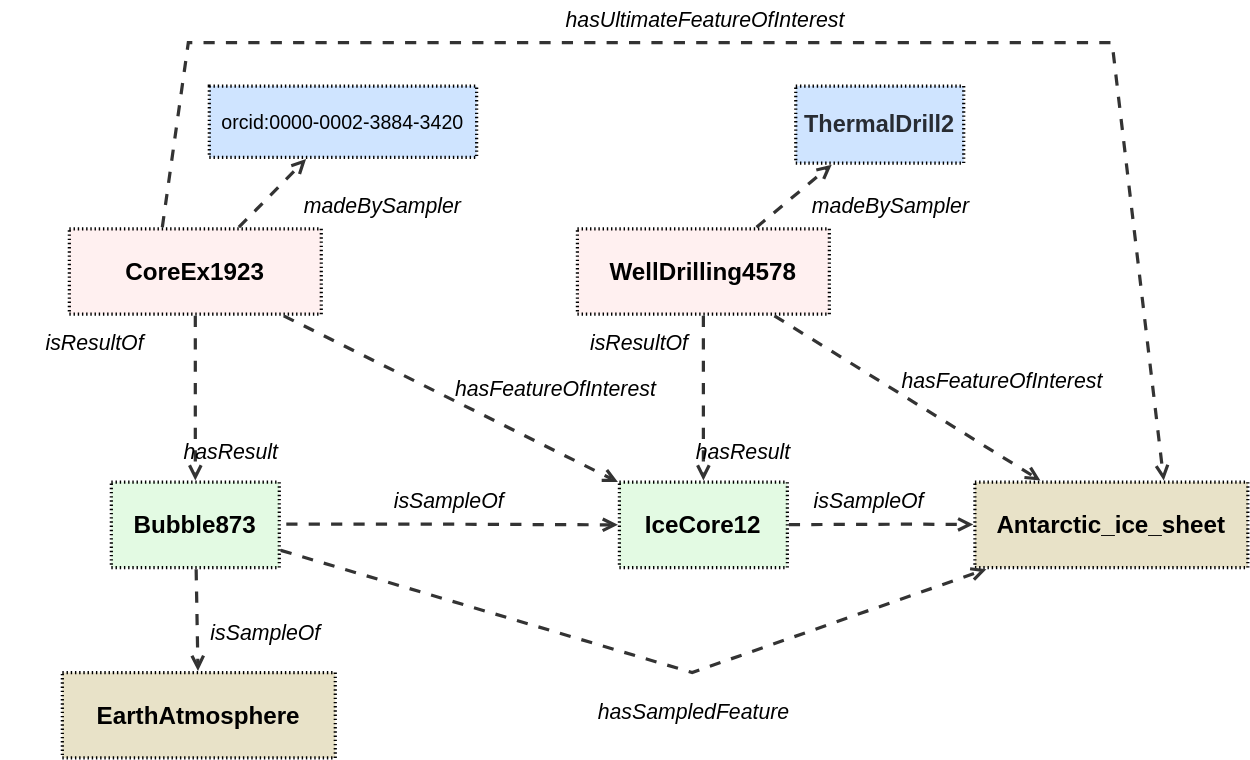
Above: ssn/images/bubble-provenance.svg in ldesousa/sdw-sosa-ssn (draw.io), before the change. Source tidied: cells renumbered, new cells last; positions are measured from the earlier drawing's top-left corner, leaving out a move shared by most shapes.
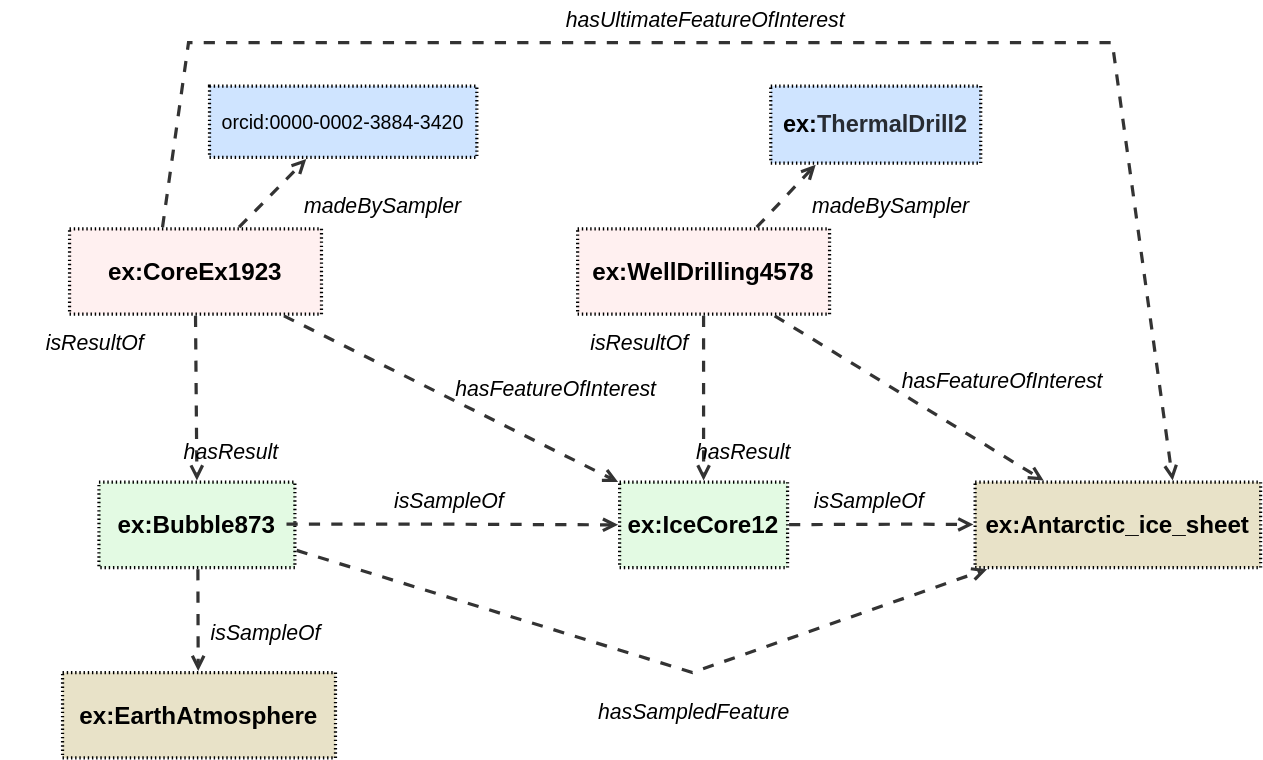
After the commit.

Commit message:
Remove old PNG diagrams

The edit, as a diff of the source:
```diff
@@ -2,7 +2,7 @@
   <root>
     <mxCell id="0" />
     <mxCell id="1" parent="0" />
-    <mxCell id="2" value="CoreEx1923" style="html=1;overflow=block;blockSpacing=1;whiteSpace=wrap;fontSize=17.3;fontStyle=1;align=center;spacing=0;strokeOpacity=100;fillOpacity=100;fillColor=#fff0f0;dashed=1;fixDash=1;dashPattern=1 2;strokeWidth=2.3;" parent="1" vertex="1">
+    <mxCell id="2" value="ex:CoreEx1923" style="html=1;overflow=block;blockSpacing=1;whiteSpace=wrap;fontSize=17.3;fontStyle=1;align=center;spacing=0;strokeOpacity=100;fillOpacity=100;fillColor=#fff0f0;dashed=1;fixDash=1;dashPattern=1 2;strokeWidth=2.3;" parent="1" vertex="1">
       <mxGeometry x="49" y="163" width="180" height="61" as="geometry" />
     </mxCell>
     <mxCell id="3" style="html=1;jettySize=18;whiteSpace=wrap;fontSize=13;strokeColor=#333333;strokeOpacity=100;dashed=1;fixDash=1;dashPattern=8 8;strokeWidth=2.3;rounded=0;startArrow=none;endArrow=open;exitX=0.5;exitY=1.019;exitPerimeter=0;entryX=0.5;entryY=-0.019;entryPerimeter=0;lucidId=sctLGrPOj2BK;" parent="1" edge="1" source="2" target="10">
@@ -23,11 +23,11 @@
     <mxCell id="8" value="hasResult" style="html=1;overflow=block;blockSpacing=1;whiteSpace=wrap;fontSize=15.2;fontStyle=2;align=left;spacing=3.8;verticalAlign=top;strokeColor=none;fillOpacity=0;fillColor=#ffffff;dashed=1;fixDash=1;dashPattern=16 6;strokeWidth=0;lucidId=sctLzVusEgxE;" parent="1" vertex="1">
       <mxGeometry x="128" y="311" width="111" height="26" as="geometry" />
     </mxCell>
-    <mxCell id="9" value="WellDrilling4578" style="html=1;overflow=block;blockSpacing=1;whiteSpace=wrap;fontSize=17.3;fontStyle=1;align=center;spacing=0;strokeOpacity=100;fillOpacity=100;fillColor=#fff0f0;dashed=1;fixDash=1;dashPattern=1 2;strokeWidth=2.3;" parent="1" vertex="1">
+    <mxCell id="9" value="ex:WellDrilling4578" style="html=1;overflow=block;blockSpacing=1;whiteSpace=wrap;fontSize=17.3;fontStyle=1;align=center;spacing=0;strokeOpacity=100;fillOpacity=100;fillColor=#fff0f0;dashed=1;fixDash=1;dashPattern=1 2;strokeWidth=2.3;" parent="1" vertex="1">
       <mxGeometry x="412" y="163" width="180" height="61" as="geometry" />
     </mxCell>
-    <mxCell id="10" value="Bubble873" style="html=1;overflow=block;blockSpacing=1;whiteSpace=wrap;fontSize=17.3;fontStyle=1;align=center;spacing=0;strokeOpacity=100;fillOpacity=100;fillColor=#e3fae3;dashed=1;fixDash=1;dashPattern=1 2;strokeWidth=2.3;" parent="1" vertex="1">
-      <mxGeometry x="79" y="344" width="120" height="61" as="geometry" />
+    <mxCell id="10" value="ex:Bubble873" style="html=1;overflow=block;blockSpacing=1;whiteSpace=wrap;fontSize=17.3;fontStyle=1;align=center;spacing=0;strokeOpacity=100;fillOpacity=100;fillColor=#e3fae3;dashed=1;fixDash=1;dashPattern=1 2;strokeWidth=2.3;" parent="1" vertex="1">
+      <mxGeometry x="70" y="344" width="140" height="61" as="geometry" />
     </mxCell>
     <mxCell id="11" value="orcid:0000-0002-3884-3420" style="html=1;overflow=block;blockSpacing=1;whiteSpace=wrap;fontSize=14;align=center;spacing=0;strokeOpacity=100;fillOpacity=100;fillColor=#cfe4ff;dashed=1;fixDash=1;dashPattern=1 2;strokeWidth=2.3;" parent="1" vertex="1">
       <mxGeometry x="149" y="61" width="191" height="51" as="geometry" />
@@ -41,8 +41,8 @@
     <mxCell id="14" style="html=1;jettySize=18;whiteSpace=wrap;fontSize=13;strokeColor=#333333;strokeOpacity=100;dashed=1;fixDash=1;dashPattern=8 8;strokeWidth=2.3;rounded=0;startArrow=none;endArrow=open;exitX=0.5;exitY=1.019;exitPerimeter=0;entryX=0.5;entryY=-0.019;entryPerimeter=0;lucidId=LgtL-9_P6kDb;" parent="1" edge="1" source="9" target="19">
       <mxGeometry relative="1" as="geometry" />
     </mxCell>
-    <mxCell id="15" value="ThermalDrill2" style="html=1;overflow=block;blockSpacing=1;whiteSpace=wrap;fontSize=16.8;fontColor=#282c33;fontStyle=1;align=center;spacing=0;strokeOpacity=100;fillOpacity=100;fillColor=#cfe4ff;dashed=1;fixDash=1;dashPattern=1 2;strokeWidth=2.3;" parent="1" vertex="1">
-      <mxGeometry x="568" y="61" width="120" height="55" as="geometry" />
+    <mxCell id="15" value="&lt;span style=&quot;color: rgb(0, 0, 0);&quot;&gt;ex:&lt;/span&gt;ThermalDrill2" style="html=1;overflow=block;blockSpacing=1;whiteSpace=wrap;fontSize=16.8;fontColor=#282c33;fontStyle=1;align=center;spacing=0;strokeOpacity=100;fillOpacity=100;fillColor=#cfe4ff;dashed=1;fixDash=1;dashPattern=1 2;strokeWidth=2.3;" parent="1" vertex="1">
+      <mxGeometry x="550" y="61" width="150" height="55" as="geometry" />
     </mxCell>
     <mxCell id="16" style="html=1;jettySize=18;whiteSpace=wrap;fontSize=13;strokeColor=#333333;strokeOpacity=100;dashed=1;fixDash=1;dashPattern=8 8;strokeWidth=2.3;rounded=0;startArrow=none;endArrow=open;exitX=0.711;exitY=-0.019;exitPerimeter=0;entryX=0.214;entryY=1.021;entryPerimeter=0;lucidId=sctLJVu9iMUp;" parent="1" edge="1" source="9" target="15">
       <mxGeometry relative="1" as="geometry" />
@@ -50,10 +50,10 @@
     <mxCell id="17" value="madeBySampler" style="html=1;overflow=block;blockSpacing=1;whiteSpace=wrap;fontSize=15.2;fontStyle=2;align=left;spacing=3.8;verticalAlign=top;strokeColor=none;fillOpacity=0;fillColor=#ffffff;dashed=1;fixDash=1;dashPattern=16 6;strokeWidth=0;lucidId=sctL7utkz2~R;" parent="1" vertex="1">
       <mxGeometry x="577" y="135" width="111" height="28" as="geometry" />
     </mxCell>
-    <mxCell id="18" value="Antarctic_ice_sheet" style="html=1;overflow=block;blockSpacing=1;whiteSpace=wrap;fontSize=17.3;fontStyle=1;align=center;spacing=0;strokeOpacity=100;fillOpacity=100;fillColor=#e8e2c8;dashed=1;fixDash=1;dashPattern=1 2;strokeWidth=2.3;" parent="1" vertex="1">
-      <mxGeometry x="696" y="344" width="195" height="61" as="geometry" />
+    <mxCell id="18" value="ex:Antarctic_ice_sheet" style="html=1;overflow=block;blockSpacing=1;whiteSpace=wrap;fontSize=17.3;fontStyle=1;align=center;spacing=0;strokeOpacity=100;fillOpacity=100;fillColor=#e8e2c8;dashed=1;fixDash=1;dashPattern=1 2;strokeWidth=2.3;" parent="1" vertex="1">
+      <mxGeometry x="696" y="344" width="204" height="61" as="geometry" />
     </mxCell>
-    <mxCell id="19" value="IceCore12" style="html=1;overflow=block;blockSpacing=1;whiteSpace=wrap;fontSize=17.3;fontStyle=1;align=center;spacing=0;strokeOpacity=100;fillOpacity=100;fillColor=#e3fae3;dashed=1;fixDash=1;dashPattern=1 2;strokeWidth=2.3;" parent="1" vertex="1">
+    <mxCell id="19" value="ex:IceCore12" style="html=1;overflow=block;blockSpacing=1;whiteSpace=wrap;fontSize=17.3;fontStyle=1;align=center;spacing=0;strokeOpacity=100;fillOpacity=100;fillColor=#e3fae3;dashed=1;fixDash=1;dashPattern=1 2;strokeWidth=2.3;" parent="1" vertex="1">
       <mxGeometry x="442" y="344" width="120" height="61" as="geometry" />
     </mxCell>
     <mxCell id="20" style="html=1;jettySize=18;whiteSpace=wrap;fontSize=13;strokeColor=#333333;strokeOpacity=100;dashed=1;fixDash=1;dashPattern=8 8;strokeWidth=2.3;rounded=0;startArrow=none;endArrow=open;entryX=-0.009;entryY=0.5;entryPerimeter=0;lucidId=sctLCPU6qQEx;" parent="1" edge="1" target="19">
@@ -83,7 +83,7 @@
     <mxCell id="25" style="html=1;jettySize=18;whiteSpace=wrap;fontSize=13;strokeColor=#333333;strokeOpacity=100;dashed=1;fixDash=1;dashPattern=8 8;strokeWidth=2.3;rounded=0;startArrow=none;endArrow=open;exitX=0.782;exitY=1.019;exitPerimeter=0;entryX=0.24;entryY=-0.019;entryPerimeter=0;lucidId=sctLm6UVjS1W;" parent="1" edge="1" source="9" target="18">
       <mxGeometry relative="1" as="geometry" />
     </mxCell>
-    <mxCell id="26" value="EarthAtmosphere" style="html=1;overflow=block;blockSpacing=1;whiteSpace=wrap;fontSize=17.3;fontStyle=1;align=center;spacing=0;strokeOpacity=100;fillOpacity=100;fillColor=#e8e2c8;dashed=1;fixDash=1;dashPattern=1 2;strokeWidth=2.3;" parent="1" vertex="1">
+    <mxCell id="26" value="ex:EarthAtmosphere" style="html=1;overflow=block;blockSpacing=1;whiteSpace=wrap;fontSize=17.3;fontStyle=1;align=center;spacing=0;strokeOpacity=100;fillOpacity=100;fillColor=#e8e2c8;dashed=1;fixDash=1;dashPattern=1 2;strokeWidth=2.3;" parent="1" vertex="1">
       <mxGeometry x="44" y="480" width="195" height="61" as="geometry" />
     </mxCell>
     <mxCell id="27" value="hasFeatureOfInterest" style="html=1;overflow=block;blockSpacing=1;whiteSpace=wrap;fontSize=15.2;fontStyle=2;align=center;spacing=0;strokeColor=none;strokeOpacity=100;fillOpacity=100;fillColor=none;strokeWidth=2.3;lucidId=DftLHPl8Vamc;" parent="1" vertex="1">
```
